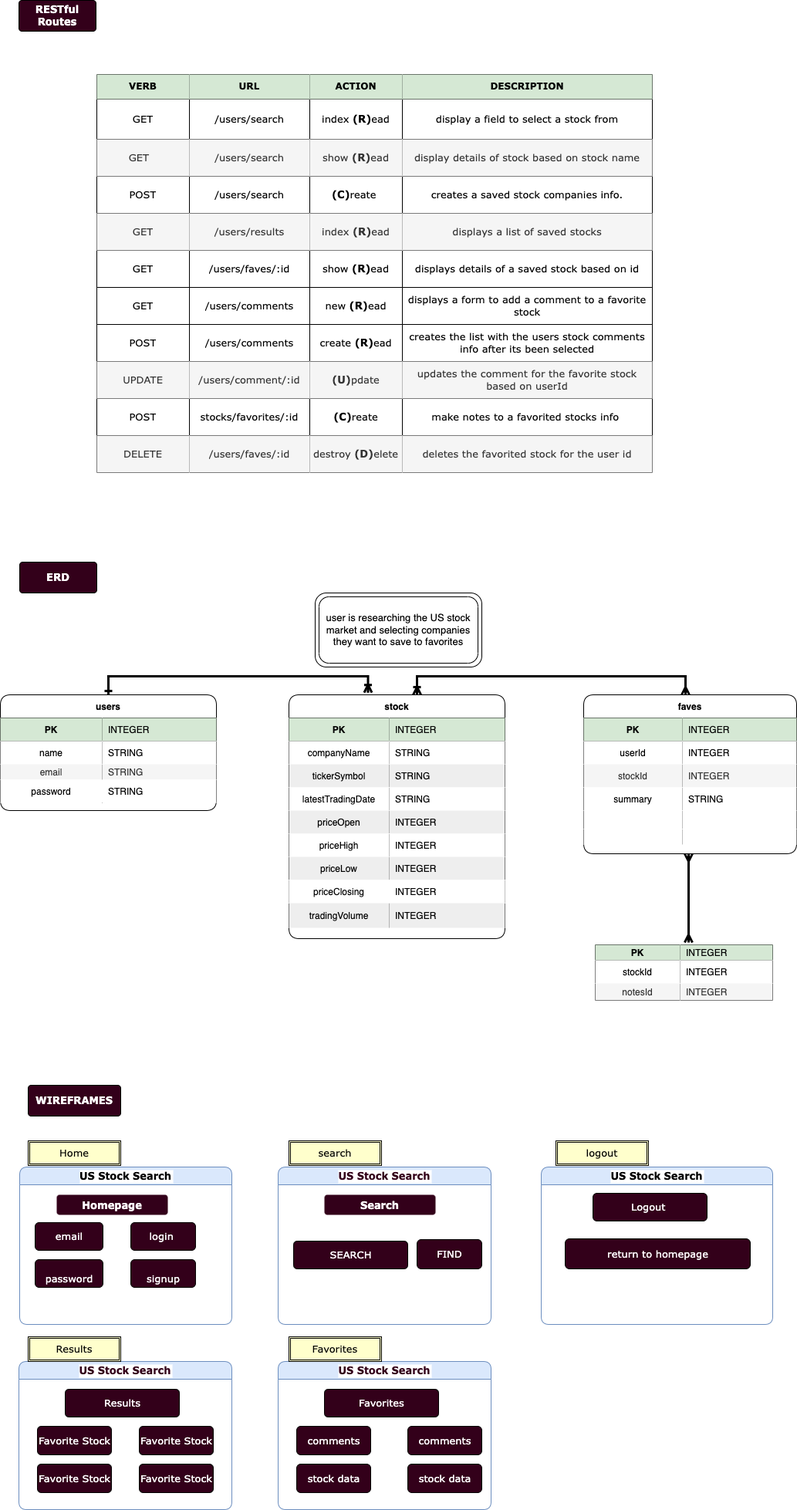
The draw.io diagram ERD.drawio.png in Professorsurf/Project-2, before a commit. Source tidied: cells renumbered, new cells last; positions are measured from the earlier drawing's top-left corner, leaving out a move shared by most shapes.
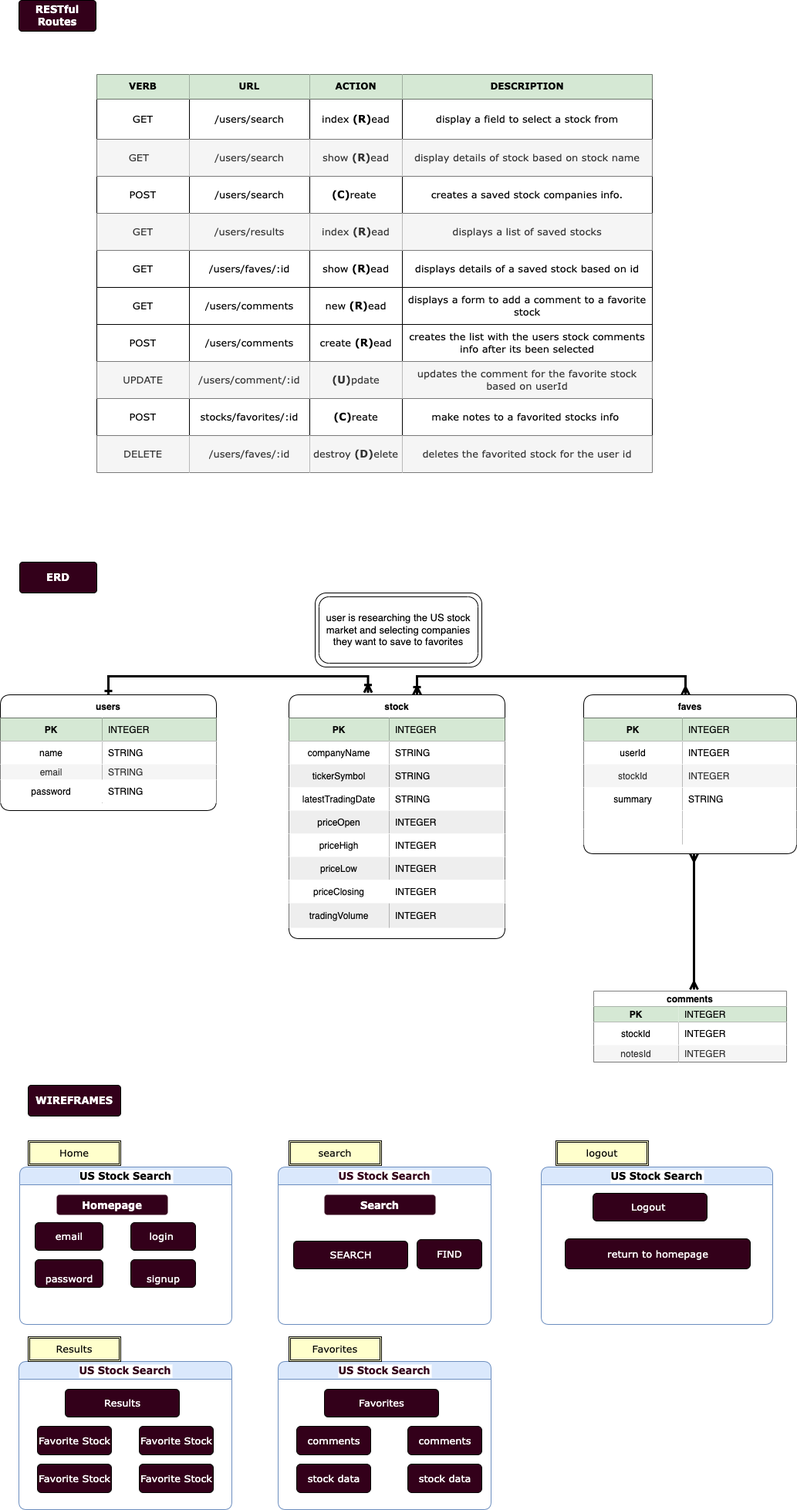
Above is the later version.

What changed in the source:
```diff
@@ -126,40 +126,46 @@
       <mxGeometry x="130" width="150" height="32" as="geometry" />
     </mxCell>
     <mxCell id="43" value="userComments" style="shape=table;startSize=0;rowLines=0;fontStyle=1;align=center;rounded=1;" parent="1" vertex="1">
-      <mxGeometry x="771" y="1224" width="230" height="72" as="geometry" />
+      <mxGeometry x="769" y="1284" width="250" height="92" as="geometry" />
     </mxCell>
+    <mxCell id="166" style="shape=tableRow;horizontal=0;startSize=0;swimlaneHead=0;swimlaneBody=0;fillColor=none;points=[[0,0.5],[1,0.5]];portConstraint=eastwest;top=0;left=0;right=0;bottom=1;rounded=0;" parent="43" vertex="1">
+      <mxGeometry width="250" height="20" as="geometry" />
+    </mxCell>
+    <mxCell id="167" value="comments" style="shape=partialRectangle;top=0;left=0;bottom=0;right=0;fontStyle=1;overflow=hidden;rounded=0;rowspan=1;colspan=2;" parent="166" vertex="1">
+      <mxGeometry width="250" height="20" as="geometry" />
+    </mxCell>
     <mxCell id="44" style="shape=tableRow;horizontal=0;startSize=0;swimlaneHead=0;swimlaneBody=0;fillColor=none;points=[[0,0.5],[1,0.5]];portConstraint=eastwest;top=0;left=0;right=0;bottom=1;rounded=0;" parent="43" vertex="1">
-      <mxGeometry width="230" height="20" as="geometry" />
+      <mxGeometry y="20" width="250" height="20" as="geometry" />
     </mxCell>
     <mxCell id="45" value="PK" style="shape=partialRectangle;fillColor=#d5e8d4;top=0;left=0;bottom=0;right=0;fontStyle=1;overflow=hidden;strokeColor=#82b366;rounded=0;" parent="44" vertex="1">
       <mxGeometry width="110" height="20" as="geometry" />
     </mxCell>
     <mxCell id="46" value="INTEGER" style="shape=partialRectangle;fillColor=#d5e8d4;top=0;left=0;bottom=0;right=0;align=left;spacingLeft=6;fontStyle=0;overflow=hidden;strokeColor=#82b366;rounded=0;" parent="44" vertex="1">
-      <mxGeometry x="110" width="120" height="20" as="geometry" />
+      <mxGeometry x="110" width="140" height="20" as="geometry" />
     </mxCell>
     <mxCell id="47" style="shape=tableRow;horizontal=0;startSize=0;swimlaneHead=0;swimlaneBody=0;fillColor=none;top=0;left=0;right=0;bottom=0;" parent="43" vertex="1">
-      <mxGeometry y="20" width="230" height="30" as="geometry" />
+      <mxGeometry y="40" width="250" height="30" as="geometry" />
     </mxCell>
     <mxCell id="48" value="stockId" style="shape=partialRectangle;top=0;left=0;bottom=0;right=0;overflow=hidden;" parent="47" vertex="1">
       <mxGeometry width="110" height="30" as="geometry" />
     </mxCell>
     <mxCell id="49" value="INTEGER" style="shape=partialRectangle;top=0;left=0;bottom=0;right=0;align=left;spacingLeft=6;overflow=hidden;" parent="47" vertex="1">
-      <mxGeometry x="110" width="120" height="30" as="geometry" />
+      <mxGeometry x="110" width="140" height="30" as="geometry" />
     </mxCell>
     <mxCell id="50" style="shape=tableRow;horizontal=0;startSize=0;swimlaneHead=0;swimlaneBody=0;fillColor=none;top=0;left=0;right=0;bottom=0;rounded=0;" parent="43" vertex="1">
-      <mxGeometry y="50" width="230" height="22" as="geometry" />
+      <mxGeometry y="70" width="250" height="22" as="geometry" />
     </mxCell>
     <mxCell id="51" value="notesId" style="shape=partialRectangle;top=0;left=0;bottom=0;right=0;overflow=hidden;rounded=0;fillColor=#f5f5f5;fontColor=#333333;strokeColor=#666666;" parent="50" vertex="1">
       <mxGeometry width="110" height="22" as="geometry" />
     </mxCell>
     <mxCell id="52" value="INTEGER" style="shape=partialRectangle;top=0;left=0;bottom=0;right=0;align=left;spacingLeft=6;overflow=hidden;rounded=0;fillColor=#f5f5f5;fontColor=#333333;strokeColor=#666666;" parent="50" vertex="1">
-      <mxGeometry x="110" width="120" height="22" as="geometry" />
+      <mxGeometry x="110" width="140" height="22" as="geometry" />
     </mxCell>
-    <mxCell id="53" style="edgeStyle=orthogonalEdgeStyle;rounded=0;jettySize=auto;html=1;startArrow=ERmany;startFill=0;endArrow=ERmany;endFill=0;strokeWidth=3;entryX=0.526;entryY=-0.15;entryDx=0;entryDy=0;entryPerimeter=0;" parent="1" edge="1" source="55" target="44">
+    <mxCell id="53" style="edgeStyle=orthogonalEdgeStyle;rounded=0;jettySize=auto;html=1;startArrow=ERmany;startFill=0;endArrow=ERmany;endFill=0;strokeWidth=3;entryX=0.52;entryY=-0.1;entryDx=0;entryDy=0;entryPerimeter=0;" parent="1" edge="1" source="55" target="166">
       <mxGeometry relative="1" as="geometry">
         <Array as="points">
-          <mxPoint x="892" y="1200" />
-          <mxPoint x="892" y="1200" />
+          <mxPoint x="899" y="1224" />
+          <mxPoint x="899" y="1224" />
         </Array>
       </mxGeometry>
     </mxCell>
```
